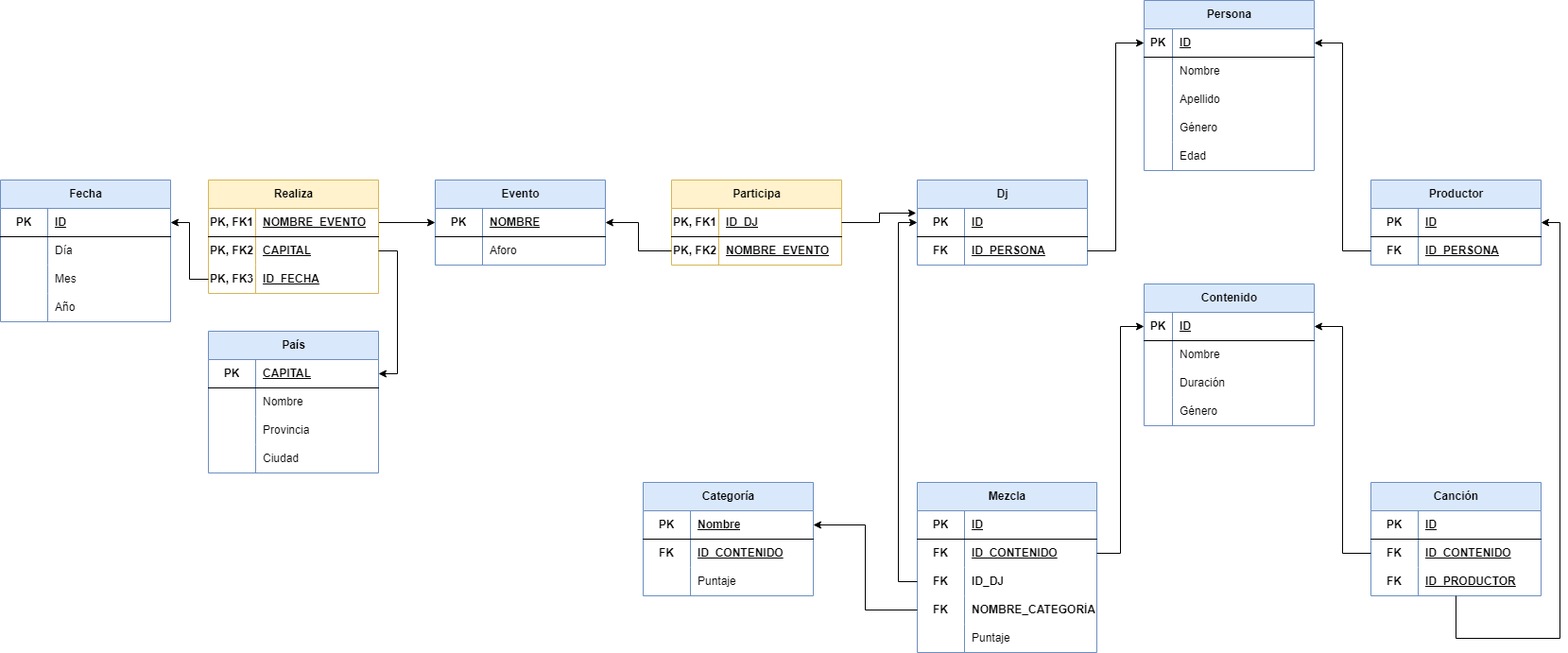
samugd17/proyecto_bae keeps this draw.io diagram as img/modelo_entidad_relación-MR Corregido.drawio.png. Above is the earlier version. Source tidied: cells renumbered, new cells last; positions are measured from the earlier drawing's top-left corner, leaving out a move shared by most shapes.
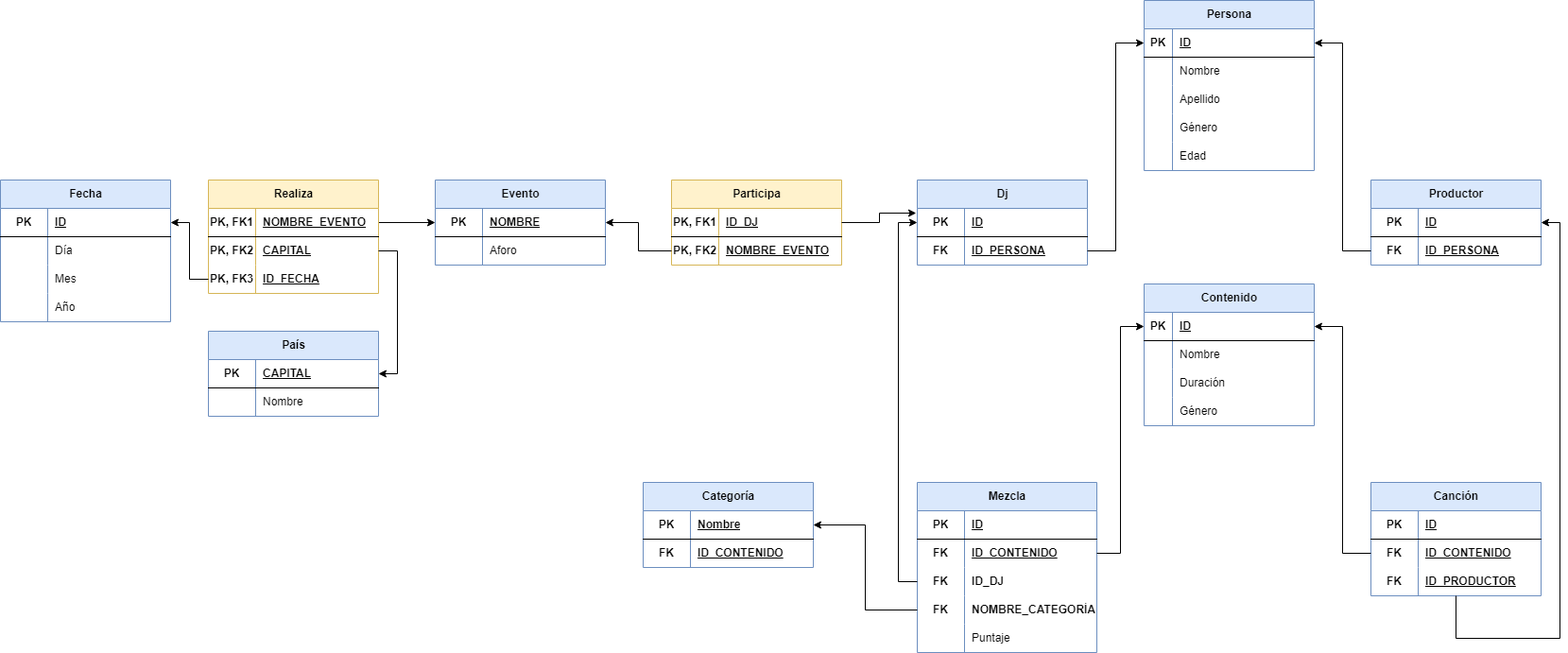
After the commit.

What changed in the source:
```diff
@@ -222,7 +222,7 @@
       <mxGeometry relative="1" as="geometry" />
     </mxCell>
     <mxCell id="75" value="Categoría" style="shape=table;startSize=30;rowLines=0;fontStyle=1;align=center;html=1;fillColor=#dae8fc;strokeColor=#6c8ebf;" parent="1" vertex="1">
-      <mxGeometry x="680" y="510" width="180" height="120" as="geometry" />
+      <mxGeometry x="680" y="510" width="180" height="90" as="geometry" />
     </mxCell>
     <mxCell id="76" style="shape=tableRow;horizontal=0;startSize=0;swimlaneHead=0;swimlaneBody=0;fillColor=none;points=[[0,0.5],[1,0.5]];portConstraint=eastwest;top=0;left=0;right=0;bottom=1;" parent="75" vertex="1">
       <mxGeometry y="30" width="180" height="30" as="geometry" />
@@ -242,15 +242,6 @@
     <mxCell id="81" value="&lt;b&gt;&lt;u&gt;ID_CONTENIDO&lt;/u&gt;&lt;/b&gt;" style="shape=partialRectangle;fillColor=none;top=0;left=0;bottom=0;right=0;align=left;spacingLeft=6;overflow=hidden;whiteSpace=wrap;html=1;" parent="79" vertex="1">
       <mxGeometry x="50" width="130" height="30" as="geometry" />
     </mxCell>
-    <mxCell id="82" style="shape=tableRow;horizontal=0;startSize=0;swimlaneHead=0;swimlaneBody=0;fillColor=none;top=0;left=0;right=0;bottom=0;" parent="75" vertex="1">
-      <mxGeometry y="90" width="180" height="30" as="geometry" />
-    </mxCell>
-    <mxCell id="83" style="shape=partialRectangle;fillColor=none;top=0;left=0;bottom=0;right=0;overflow=hidden;whiteSpace=wrap;html=1;" parent="82" vertex="1">
-      <mxGeometry width="50" height="30" as="geometry" />
-    </mxCell>
-    <mxCell id="84" value="Puntaje" style="shape=partialRectangle;fillColor=none;top=0;left=0;bottom=0;right=0;align=left;spacingLeft=6;overflow=hidden;whiteSpace=wrap;html=1;" parent="82" vertex="1">
-      <mxGeometry x="50" width="130" height="30" as="geometry" />
-    </mxCell>
     <mxCell id="85" style="edgeStyle=orthogonalEdgeStyle;rounded=0;jettySize=auto;html=1;entryX=1;entryY=0.5;entryDx=0;entryDy=0;exitX=0;exitY=0.5;exitDx=0;exitDy=0;" parent="1" edge="1" source="67" target="76">
       <mxGeometry relative="1" as="geometry" />
     </mxCell>
@@ -314,7 +305,7 @@
       <mxGeometry relative="1" as="geometry" />
     </mxCell>
     <mxCell id="104" value="País" style="shape=table;startSize=30;rowLines=0;fontStyle=1;align=center;html=1;fillColor=#dae8fc;strokeColor=#6c8ebf;" parent="1" vertex="1">
-      <mxGeometry x="220" y="350" width="180" height="150" as="geometry" />
+      <mxGeometry x="220" y="350" width="180" height="90" as="geometry" />
     </mxCell>
     <mxCell id="105" style="shape=tableRow;horizontal=0;startSize=0;swimlaneHead=0;swimlaneBody=0;fillColor=none;points=[[0,0.5],[1,0.5]];portConstraint=eastwest;top=0;left=0;right=0;bottom=1;" parent="104" vertex="1">
       <mxGeometry y="30" width="180" height="30" as="geometry" />
@@ -334,24 +325,6 @@
     <mxCell id="110" value="Nombre" style="shape=partialRectangle;fillColor=none;top=0;left=0;bottom=0;right=0;align=left;spacingLeft=6;overflow=hidden;whiteSpace=wrap;html=1;" parent="108" vertex="1">
       <mxGeometry x="50" width="130" height="30" as="geometry" />
     </mxCell>
-    <mxCell id="111" style="shape=tableRow;horizontal=0;startSize=0;swimlaneHead=0;swimlaneBody=0;fillColor=none;top=0;left=0;right=0;bottom=0;" parent="104" vertex="1">
-      <mxGeometry y="90" width="180" height="30" as="geometry" />
-    </mxCell>
-    <mxCell id="112" style="shape=partialRectangle;fillColor=none;top=0;left=0;bottom=0;right=0;overflow=hidden;whiteSpace=wrap;html=1;" parent="111" vertex="1">
-      <mxGeometry width="50" height="30" as="geometry" />
-    </mxCell>
-    <mxCell id="113" value="Provincia" style="shape=partialRectangle;fillColor=none;top=0;left=0;bottom=0;right=0;align=left;spacingLeft=6;overflow=hidden;whiteSpace=wrap;html=1;" parent="111" vertex="1">
-      <mxGeometry x="50" width="130" height="30" as="geometry" />
-    </mxCell>
-    <mxCell id="114" style="shape=tableRow;horizontal=0;startSize=0;swimlaneHead=0;swimlaneBody=0;fillColor=none;top=0;left=0;right=0;bottom=0;" parent="104" vertex="1">
-      <mxGeometry y="120" width="180" height="30" as="geometry" />
-    </mxCell>
-    <mxCell id="115" style="shape=partialRectangle;fillColor=none;top=0;left=0;bottom=0;right=0;overflow=hidden;whiteSpace=wrap;html=1;" parent="114" vertex="1">
-      <mxGeometry width="50" height="30" as="geometry" />
-    </mxCell>
-    <mxCell id="116" value="Ciudad" style="shape=partialRectangle;fillColor=none;top=0;left=0;bottom=0;right=0;align=left;spacingLeft=6;overflow=hidden;whiteSpace=wrap;html=1;" parent="114" vertex="1">
-      <mxGeometry x="50" width="130" height="30" as="geometry" />
-    </mxCell>
     <mxCell id="117" style="edgeStyle=orthogonalEdgeStyle;rounded=0;jettySize=auto;html=1;entryX=0;entryY=0.5;entryDx=0;entryDy=0;exitX=1;exitY=0.5;exitDx=0;exitDy=0;" parent="1" edge="1" source="119" target="89">
       <mxGeometry relative="1" as="geometry" />
     </mxCell>
```
